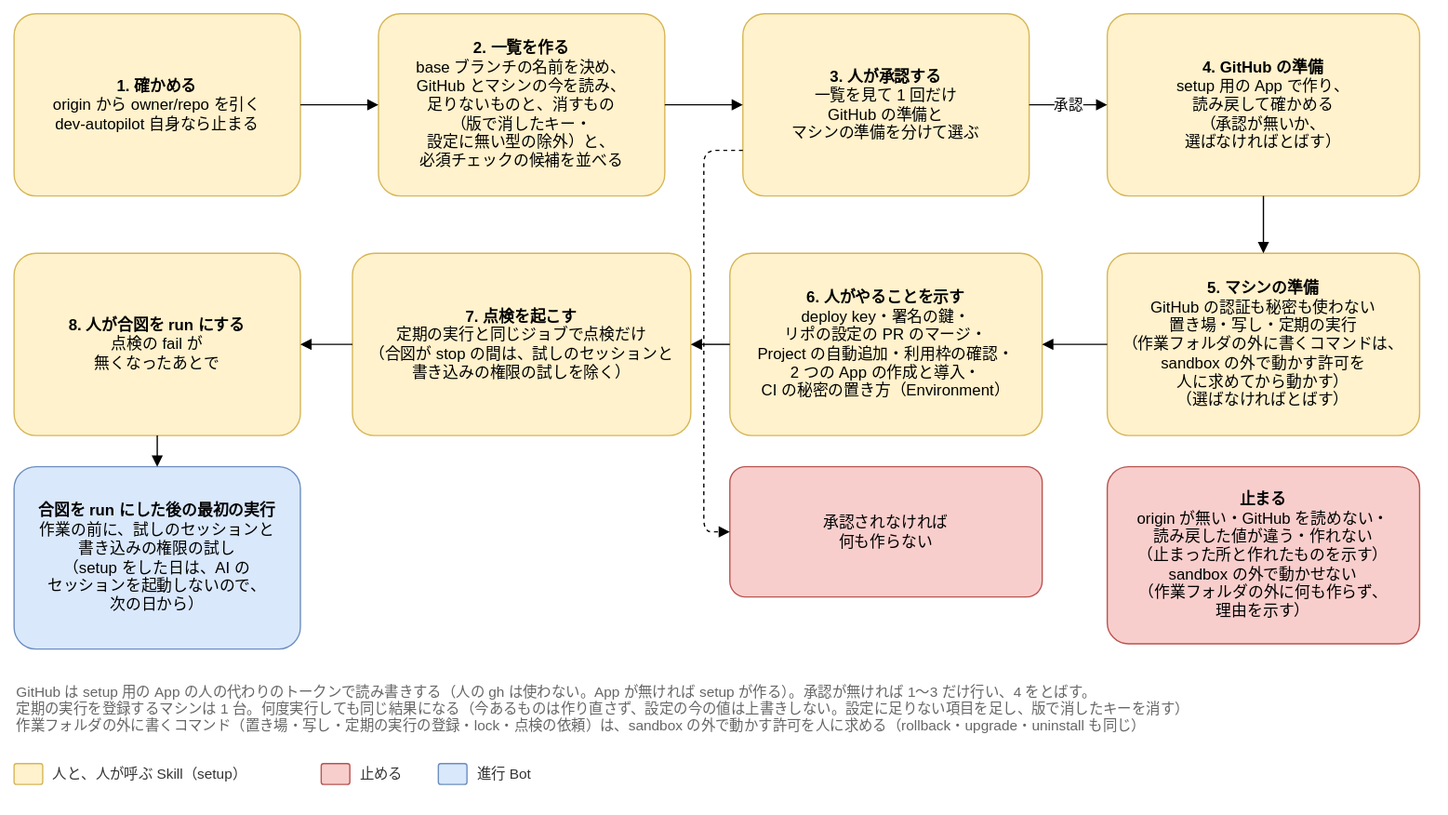
The draw.io diagram docs/design/basic/diagrams/04-setup-flow.drawio.svg in Joymerrevent/dev-autopilot, before a commit. Source tidied: cells renumbered, new cells last; positions are measured from the earlier drawing's top-left corner, leaving out a move shared by most shapes.
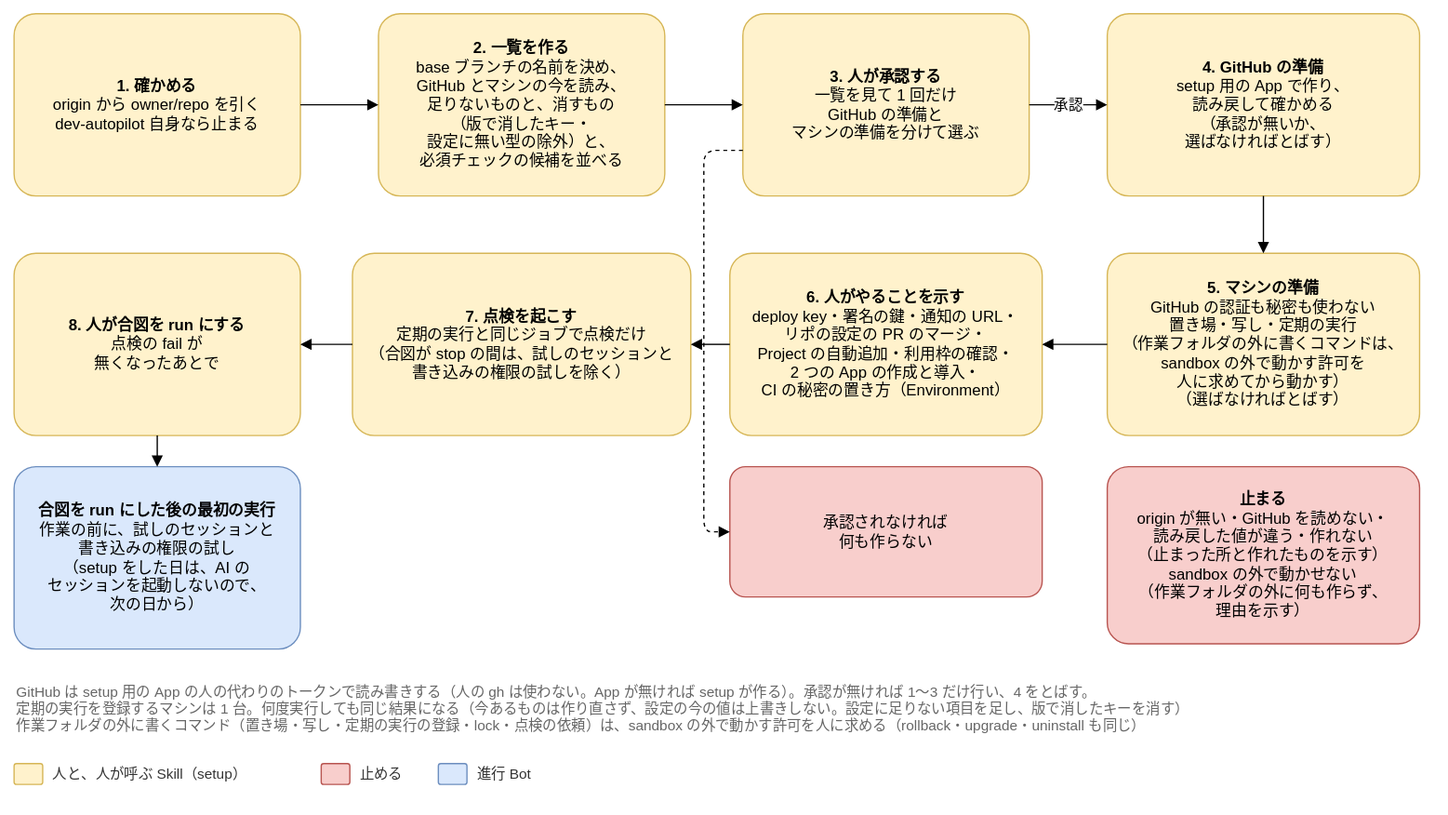
After the commit.

The edit, as a diff of the source:
```diff
@@ -17,7 +17,7 @@
     <mxCell id="6" value="&lt;b&gt;5. マシンの準備&lt;/b&gt;&lt;br&gt;GitHub の認証も秘密も使わない&lt;br&gt;置き場・写し・定期の実行&lt;br&gt;（作業フォルダの外に書くコマンドは、&lt;br&gt;sandbox の外で動かす許可を&lt;br&gt;人に求めてから動かす）&lt;br&gt;（選ばなければとばす）" style="rounded=1;whiteSpace=wrap;html=1;fontSize=12;arcSize=12;spacing=12;fillColor=#fff2cc;strokeColor=#d6b656;" parent="1" vertex="1">
       <mxGeometry x="840" y="184" width="240" height="140" as="geometry" />
     </mxCell>
-    <mxCell id="7" value="&lt;b&gt;6. 人がやることを示す&lt;/b&gt;&lt;br&gt;deploy key・署名の鍵・&lt;br&gt;リポの設定の PR のマージ・&lt;br&gt;Project の自動追加・利用枠の確認・&lt;br&gt;2 つの App の作成と導入・&lt;br&gt;CI の秘密の置き方（Environment）" style="rounded=1;whiteSpace=wrap;html=1;fontSize=12;arcSize=12;spacing=12;fillColor=#fff2cc;strokeColor=#d6b656;" parent="1" vertex="1">
+    <mxCell id="7" value="&lt;b&gt;6. 人がやることを示す&lt;/b&gt;&lt;br&gt;deploy key・署名の鍵・通知の URL・&lt;br&gt;リポの設定の PR のマージ・&lt;br&gt;Project の自動追加・利用枠の確認・&lt;br&gt;2 つの App の作成と導入・&lt;br&gt;CI の秘密の置き方（Environment）" style="rounded=1;whiteSpace=wrap;html=1;fontSize=12;arcSize=12;spacing=12;fillColor=#fff2cc;strokeColor=#d6b656;" parent="1" vertex="1">
       <mxGeometry x="550" y="184" width="240" height="140" as="geometry" />
     </mxCell>
     <mxCell id="8" value="&lt;b&gt;7. 点検を起こす&lt;/b&gt;&lt;br&gt;定期の実行と同じジョブで点検だけ&lt;br&gt;（合図が stop の間は、試しのセッションと&lt;br&gt;書き込みの権限の試しを除く）" style="rounded=1;whiteSpace=wrap;html=1;fontSize=12;arcSize=12;spacing=12;fillColor=#fff2cc;strokeColor=#d6b656;" parent="1" vertex="1">
```
